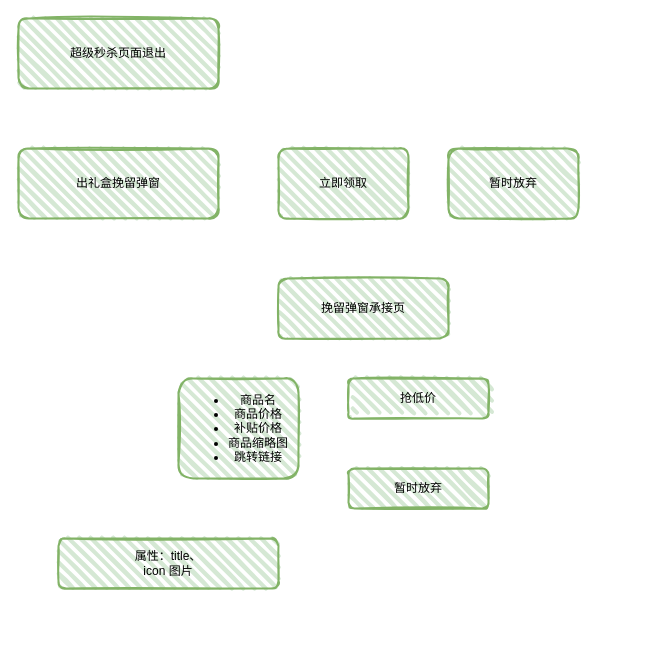
Above: 超级秒杀弹窗开发.drawio in melancholicpi/hello-world (draw.io), before the change. Source tidied: cells renumbered, new cells numbered last; positions are measured from the earlier drawing's top-left corner, leaving out a move shared by most shapes. Both pictures are drawn from the tidied source at 100%, with x=0, y=0 at pixel (18, 18).
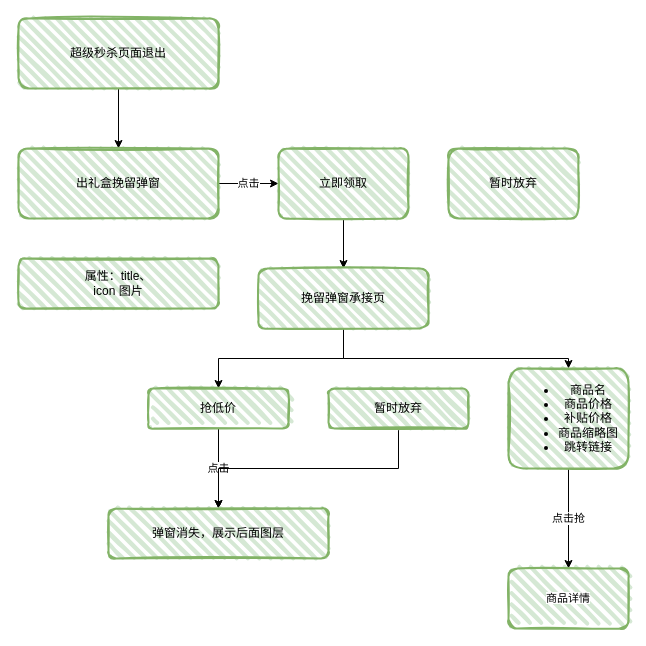
Above is the later version.

Commit message (it also covers changes not shown here):
Update 超级秒杀弹窗开发.drawio

The change refers to these unchanged cells:
```xml
<mxCell id="2" value="超级秒杀页面退出" style="rounded=1;whiteSpace=wrap;html=1;strokeWidth=2;fillWeight=4;hachureGap=8;hachureAngle=45;fillColor=#d5e8d4;sketch=1;strokeColor=#82b366;" parent="1" vertex="1">
  <mxGeometry width="200" height="70" as="geometry" />
</mxCell>
<mxCell id="4" value="出礼盒挽留弹窗" style="rounded=1;whiteSpace=wrap;html=1;strokeWidth=2;fillWeight=4;hachureGap=8;hachureAngle=45;fillColor=#d5e8d4;sketch=1;strokeColor=#82b366;" parent="1" vertex="1">
  <mxGeometry y="130" width="200" height="70" as="geometry" />
</mxCell>
<mxCell id="5" value="立即领取" style="rounded=1;whiteSpace=wrap;html=1;strokeWidth=2;fillWeight=4;hachureGap=8;hachureAngle=45;fillColor=#d5e8d4;sketch=1;strokeColor=#82b366;" parent="1" vertex="1">
  <mxGeometry x="260" y="130" width="130" height="70" as="geometry" />
</mxCell>
```

The edit, as a diff of the source:
```diff
@@
+    <mxCell id="11" style="edgeStyle=orthogonalEdgeStyle;rounded=0;jettySize=auto;html=1;exitX=0.5;exitY=1;exitDx=0;exitDy=0;" parent="1" edge="1" source="2" target="4">
+      <mxGeometry relative="1" as="geometry" />
+    </mxCell>
@@
     <mxCell id="3" value="属性：title、&lt;br&gt;icon 图片&lt;br&gt;" style="rounded=1;whiteSpace=wrap;html=1;strokeWidth=2;fillWeight=4;hachureGap=8;hachureAngle=45;fillColor=#d5e8d4;sketch=1;strokeColor=#82b366;" parent="1" vertex="1">
-      <mxGeometry x="40" y="520" width="220" height="50" as="geometry" />
+      <mxGeometry y="240" width="200" height="50" as="geometry" />
     </mxCell>
+    <mxCell id="12" value="点击" style="edgeStyle=orthogonalEdgeStyle;rounded=0;jettySize=auto;html=1;exitX=1;exitY=0.5;exitDx=0;exitDy=0;entryX=0;entryY=0.5;entryDx=0;entryDy=0;" parent="1" edge="1" source="4" target="5">
+      <mxGeometry relative="1" as="geometry" />
+    </mxCell>
@@
+    <mxCell id="13" style="edgeStyle=orthogonalEdgeStyle;rounded=0;jettySize=auto;html=1;exitX=0.5;exitY=1;exitDx=0;exitDy=0;entryX=0.5;entryY=0;entryDx=0;entryDy=0;" parent="1" edge="1" source="5" target="7">
+      <mxGeometry relative="1" as="geometry" />
+    </mxCell>
@@
+    <mxCell id="14" style="edgeStyle=orthogonalEdgeStyle;rounded=0;jettySize=auto;html=1;exitX=0.5;exitY=1;exitDx=0;exitDy=0;entryX=0.5;entryY=0;entryDx=0;entryDy=0;" parent="1" edge="1" source="7" target="9">
+      <mxGeometry relative="1" as="geometry" />
+    </mxCell>
+    <mxCell id="15" style="edgeStyle=orthogonalEdgeStyle;rounded=0;jettySize=auto;html=1;exitX=0.5;exitY=1;exitDx=0;exitDy=0;" parent="1" edge="1" source="7" target="8">
+      <mxGeometry relative="1" as="geometry">
+        <Array as="points">
+          <mxPoint x="325" y="340" />
+          <mxPoint x="550" y="340" />
+        </Array>
+      </mxGeometry>
+    </mxCell>
     <mxCell id="7" value="挽留弹窗承接页" style="rounded=1;whiteSpace=wrap;html=1;strokeWidth=2;fillWeight=4;hachureGap=8;hachureAngle=45;fillColor=#d5e8d4;sketch=1;strokeColor=#82b366;" parent="1" vertex="1">
-      <mxGeometry x="260" y="260" width="170" height="60" as="geometry" />
+      <mxGeometry x="240" y="250" width="170" height="60" as="geometry" />
     </mxCell>
+    <mxCell id="16" value="点击抢" style="edgeStyle=orthogonalEdgeStyle;rounded=0;jettySize=auto;html=1;" parent="1" edge="1" source="8" target="20">
+      <mxGeometry relative="1" as="geometry" />
+    </mxCell>
     <mxCell id="8" value="&lt;ul&gt;&lt;li&gt;商品名&lt;/li&gt;&lt;li&gt;商品价格&lt;/li&gt;&lt;li&gt;补贴价格&lt;/li&gt;&lt;li&gt;商品缩略图&lt;/li&gt;&lt;li&gt;跳转链接&lt;/li&gt;&lt;/ul&gt;" style="rounded=1;whiteSpace=wrap;html=1;strokeWidth=2;fillWeight=4;hachureGap=8;hachureAngle=45;fillColor=#d5e8d4;sketch=1;strokeColor=#82b366;" parent="1" vertex="1">
-      <mxGeometry x="160" y="360" width="120" height="100" as="geometry" />
+      <mxGeometry x="490" y="350" width="120" height="100" as="geometry" />
     </mxCell>
+    <mxCell id="17" value="点击" style="edgeStyle=orthogonalEdgeStyle;rounded=0;jettySize=auto;html=1;exitX=0.5;exitY=1;exitDx=0;exitDy=0;" parent="1" edge="1" source="9" target="19">
+      <mxGeometry relative="1" as="geometry" />
+    </mxCell>
     <mxCell id="9" value="抢低价" style="rounded=1;whiteSpace=wrap;html=1;strokeWidth=2;fillWeight=4;hachureGap=8;hachureAngle=45;fillColor=#d5e8d4;sketch=1;strokeColor=#82b366;" parent="1" vertex="1">
-      <mxGeometry x="330" y="360" width="140" height="40" as="geometry" />
+      <mxGeometry x="130" y="370" width="140" height="40" as="geometry" />
     </mxCell>
+    <mxCell id="18" style="edgeStyle=orthogonalEdgeStyle;rounded=0;jettySize=auto;html=1;exitX=0.5;exitY=1;exitDx=0;exitDy=0;" parent="1" edge="1" source="10" target="19">
+      <mxGeometry relative="1" as="geometry" />
+    </mxCell>
     <mxCell id="10" value="暂时放弃" style="rounded=1;whiteSpace=wrap;html=1;strokeWidth=2;fillWeight=4;hachureGap=8;hachureAngle=45;fillColor=#d5e8d4;sketch=1;strokeColor=#82b366;" parent="1" vertex="1">
-      <mxGeometry x="330" y="450" width="140" height="40" as="geometry" />
+      <mxGeometry x="310" y="370" width="140" height="40" as="geometry" />
     </mxCell>
+    <mxCell id="19" value="弹窗消失，展示后面图层" style="rounded=1;whiteSpace=wrap;html=1;strokeWidth=2;fillWeight=4;hachureGap=8;hachureAngle=45;fillColor=#d5e8d4;sketch=1;strokeColor=#82b366;" parent="1" vertex="1">
+      <mxGeometry x="90" y="490" width="220" height="50" as="geometry" />
+    </mxCell>
+    <mxCell id="20" value="&lt;span style=&quot;font-size: 11px ; background-color: rgb(255 , 255 , 255)&quot;&gt;商品详情&lt;/span&gt;" style="whiteSpace=wrap;html=1;rounded=1;strokeColor=#82b366;strokeWidth=2;fillColor=#d5e8d4;sketch=1;fillWeight=4;hachureGap=8;hachureAngle=45;" parent="1" vertex="1">
+      <mxGeometry x="490" y="550" width="120" height="60" as="geometry" />
+    </mxCell>
```
